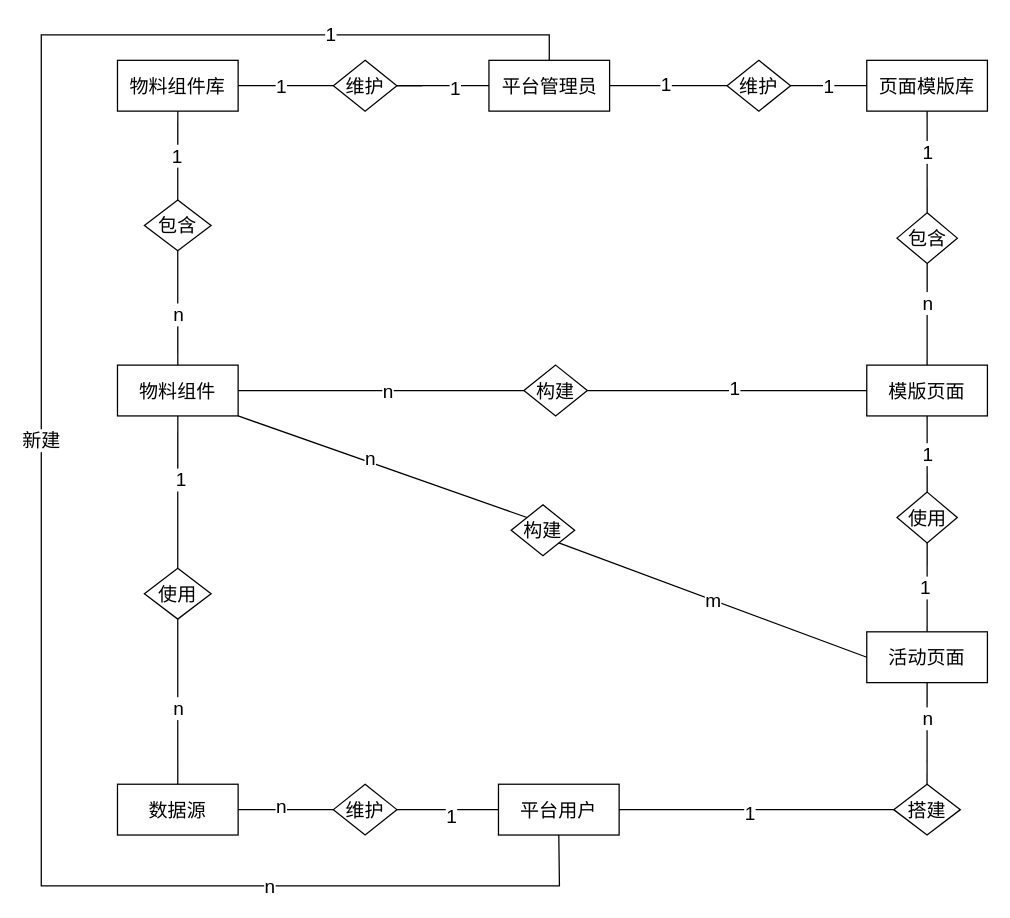
The draw.io diagram 第四章/新E-R 图.drawio in yuxinyu12345/diagrams, before the edit. Source tidied: cells renumbered, new cells numbered last; positions are measured from the earlier drawing's top-left corner, leaving out a move shared by most shapes. Both pictures are drawn from the tidied source at 127%, with x=0, y=0 at pixel (41, 34).
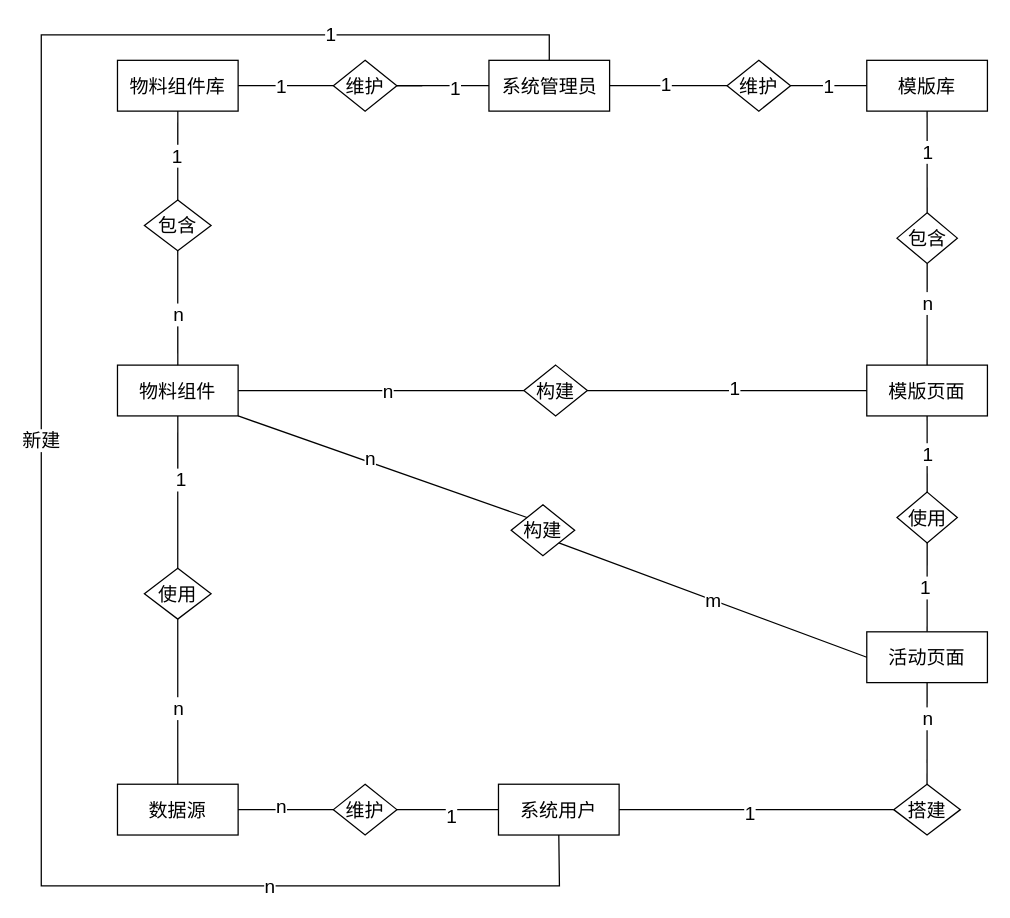
Above is the later version.

The edit, as a diff of the source:
```diff
@@
-    <mxCell id="2" value="平台管理员" style="rounded=0;whiteSpace=wrap;html=1;fontSize=15;" parent="1" vertex="1">
+    <mxCell id="2" value="系统管理员" style="rounded=0;whiteSpace=wrap;html=1;fontSize=15;" parent="1" vertex="1">
       <mxGeometry x="352.5" y="20" width="95" height="40" as="geometry" />
     </mxCell>
@@
-    <mxCell id="6" value="页面模版库" style="rounded=0;whiteSpace=wrap;html=1;fontSize=15;" parent="1" vertex="1">
+    <mxCell id="6" value="模版库" style="rounded=0;whiteSpace=wrap;html=1;fontSize=15;" parent="1" vertex="1">
       <mxGeometry x="650" y="20" width="95" height="40" as="geometry" />
     </mxCell>
@@
-    <mxCell id="9" value="平台用户" style="rounded=0;whiteSpace=wrap;html=1;fontSize=15;" parent="1" vertex="1">
+    <mxCell id="9" value="系统用户" style="rounded=0;whiteSpace=wrap;html=1;fontSize=15;" parent="1" vertex="1">
       <mxGeometry x="360" y="590" width="95" height="40" as="geometry" />
     </mxCell>
```
